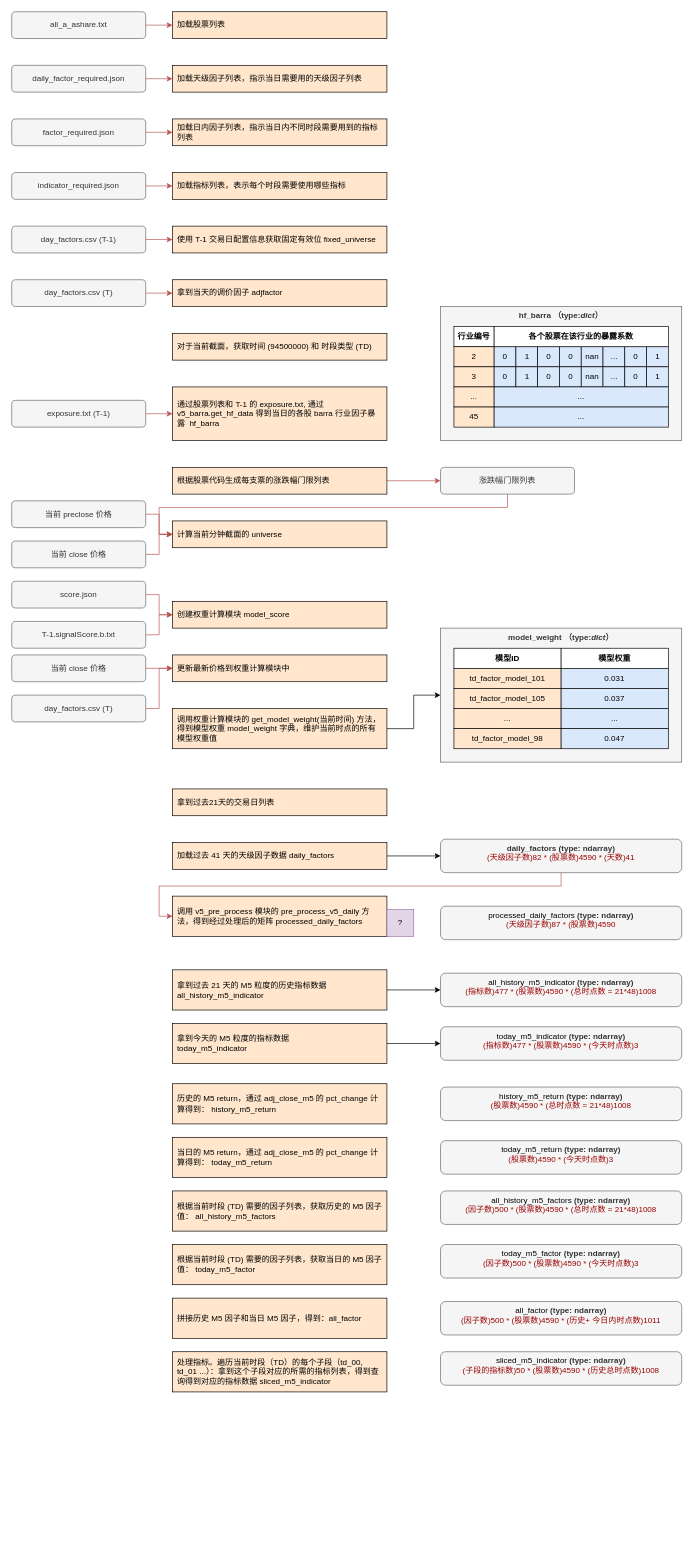
Earlier version of the draw.io diagram page "代码流程走读" (1 of 2) of gaalaxy.drawio (zhaxd123/drawio). Source tidied: cells renumbered, new cells numbered last; positions are measured from the earlier drawing's top-left corner, leaving out a move shared by most shapes. Both pictures are drawn from the tidied source at 67%, with x=0, y=0 at pixel (11, 11).
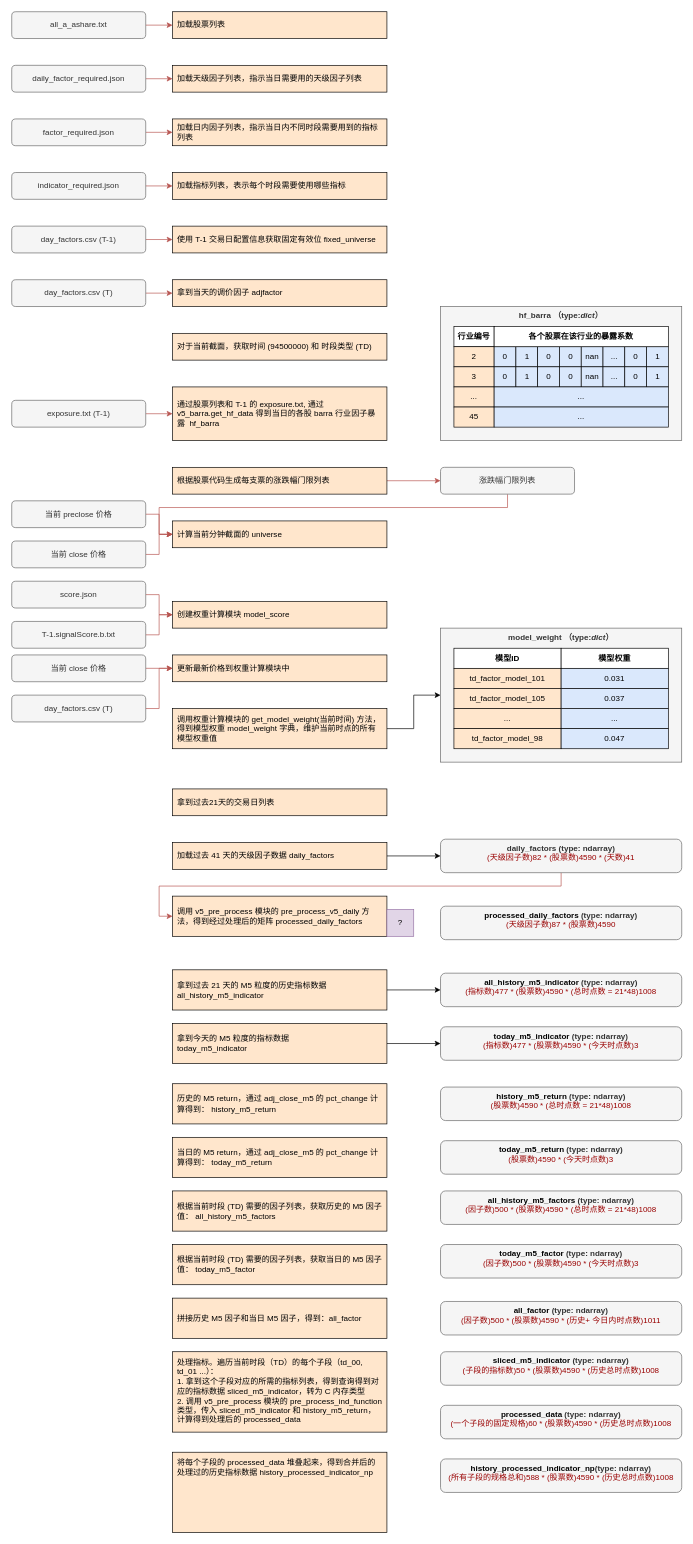
After the change.

Change to the diagram source:
```diff
@@
-    <mxCell id="90" value="&lt;span style=&quot;color: rgb(0, 0, 0); text-align: left;&quot;&gt;processed_daily_factors&amp;nbsp;&lt;/span&gt;&lt;span style=&quot;text-align: left;&quot;&gt;&lt;b&gt;(type: ndarray)&lt;/b&gt;&lt;/span&gt;&lt;div&gt;&lt;span style=&quot;text-align: left;&quot;&gt;&lt;font style=&quot;color: rgb(153, 0, 0);&quot;&gt;(天级因子数)87 * (股票数)4590&lt;/font&gt;&lt;/span&gt;&lt;/div&gt;" style="rounded=1;whiteSpace=wrap;html=1;verticalAlign=top;fillColor=#f5f5f5;fontColor=#333333;strokeColor=#666666;" parent="1" vertex="1">
+    <mxCell id="90" value="&lt;b&gt;&lt;span style=&quot;color: rgb(0, 0, 0); text-align: left;&quot;&gt;processed_daily_factors&amp;nbsp;&lt;/span&gt;&lt;span style=&quot;text-align: left;&quot;&gt;(type: ndarray)&lt;/span&gt;&lt;/b&gt;&lt;div&gt;&lt;span style=&quot;text-align: left;&quot;&gt;&lt;font style=&quot;color: rgb(153, 0, 0);&quot;&gt;(天级因子数)87 * (股票数)4590&lt;/font&gt;&lt;/span&gt;&lt;/div&gt;" style="rounded=1;whiteSpace=wrap;html=1;verticalAlign=top;fillColor=#f5f5f5;fontColor=#333333;strokeColor=#666666;" parent="1" vertex="1">
       <mxGeometry x="640" y="1335" width="360" height="50" as="geometry" />
     </mxCell>
@@
-    <mxCell id="93" value="&lt;span style=&quot;color: rgb(0, 0, 0); text-align: left;&quot;&gt;all_history_m5_indicator&amp;nbsp;&lt;/span&gt;&lt;span style=&quot;text-align: left;&quot;&gt;&lt;b&gt;(type: ndarray)&lt;/b&gt;&lt;/span&gt;&lt;div&gt;&lt;span style=&quot;text-align: left;&quot;&gt;&lt;font style=&quot;color: rgb(153, 0, 0);&quot;&gt;(指标数)477 * (股票数)4590 * (总时点数 = 21*48)1008&lt;/font&gt;&lt;/span&gt;&lt;/div&gt;" style="rounded=1;whiteSpace=wrap;html=1;verticalAlign=top;fillColor=#f5f5f5;fontColor=#333333;strokeColor=#666666;" parent="1" vertex="1">
+    <mxCell id="93" value="&lt;b&gt;&lt;span style=&quot;color: rgb(0, 0, 0); text-align: left;&quot;&gt;all_history_m5_indicator&amp;nbsp;&lt;/span&gt;&lt;span style=&quot;text-align: left;&quot;&gt;(type: ndarray)&lt;/span&gt;&lt;/b&gt;&lt;div&gt;&lt;span style=&quot;text-align: left;&quot;&gt;&lt;font style=&quot;color: rgb(153, 0, 0);&quot;&gt;(指标数)477 * (股票数)4590 * (总时点数 = 21*48)1008&lt;/font&gt;&lt;/span&gt;&lt;/div&gt;" style="rounded=1;whiteSpace=wrap;html=1;verticalAlign=top;fillColor=#f5f5f5;fontColor=#333333;strokeColor=#666666;" parent="1" vertex="1">
       <mxGeometry x="640" y="1435" width="360" height="50" as="geometry" />
     </mxCell>
@@
-    <mxCell id="96" value="&lt;span style=&quot;color: rgb(0, 0, 0); text-align: left;&quot;&gt;today_m5_indicator&amp;nbsp;&lt;/span&gt;&lt;span style=&quot;text-align: left;&quot;&gt;&lt;b&gt;(type: ndarray)&lt;/b&gt;&lt;/span&gt;&lt;div&gt;&lt;span style=&quot;text-align: left;&quot;&gt;&lt;font style=&quot;color: rgb(153, 0, 0);&quot;&gt;(指标数)477 * (股票数)4590 * (今天时点数)3&lt;/font&gt;&lt;/span&gt;&lt;/div&gt;" style="rounded=1;whiteSpace=wrap;html=1;verticalAlign=top;fillColor=#f5f5f5;fontColor=#333333;strokeColor=#666666;" parent="1" vertex="1">
+    <mxCell id="96" value="&lt;b&gt;&lt;span style=&quot;color: rgb(0, 0, 0); text-align: left;&quot;&gt;today_m5_indicator&amp;nbsp;&lt;/span&gt;&lt;span style=&quot;text-align: left;&quot;&gt;(type: ndarray)&lt;/span&gt;&lt;/b&gt;&lt;div&gt;&lt;span style=&quot;text-align: left;&quot;&gt;&lt;font style=&quot;color: rgb(153, 0, 0);&quot;&gt;(指标数)477 * (股票数)4590 * (今天时点数)3&lt;/font&gt;&lt;/span&gt;&lt;/div&gt;" style="rounded=1;whiteSpace=wrap;html=1;verticalAlign=top;fillColor=#f5f5f5;fontColor=#333333;strokeColor=#666666;" parent="1" vertex="1">
       <mxGeometry x="640" y="1515" width="360" height="50" as="geometry" />
     </mxCell>
@@
-    <mxCell id="98" value="&lt;span style=&quot;color: rgb(0, 0, 0); text-align: left;&quot;&gt;history_m5_return&amp;nbsp;&lt;/span&gt;&lt;span style=&quot;text-align: left;&quot;&gt;&lt;b&gt;(type: ndarray)&lt;/b&gt;&lt;/span&gt;&lt;div&gt;&lt;span style=&quot;text-align: left;&quot;&gt;&lt;font style=&quot;color: rgb(153, 0, 0);&quot;&gt;(股票数)4590 * (总时点数 = 21*48)1008&lt;/font&gt;&lt;/span&gt;&lt;/div&gt;" style="rounded=1;whiteSpace=wrap;html=1;verticalAlign=top;fillColor=#f5f5f5;fontColor=#333333;strokeColor=#666666;" parent="1" vertex="1">
+    <mxCell id="98" value="&lt;b&gt;&lt;span style=&quot;color: rgb(0, 0, 0); text-align: left;&quot;&gt;history_m5_return&amp;nbsp;&lt;/span&gt;&lt;span style=&quot;text-align: left;&quot;&gt;(type: ndarray)&lt;/span&gt;&lt;/b&gt;&lt;div&gt;&lt;span style=&quot;text-align: left;&quot;&gt;&lt;font style=&quot;color: rgb(153, 0, 0);&quot;&gt;(股票数)4590 * (总时点数 = 21*48)1008&lt;/font&gt;&lt;/span&gt;&lt;/div&gt;" style="rounded=1;whiteSpace=wrap;html=1;verticalAlign=top;fillColor=#f5f5f5;fontColor=#333333;strokeColor=#666666;" parent="1" vertex="1">
       <mxGeometry x="640" y="1605" width="360" height="50" as="geometry" />
     </mxCell>
@@
-    <mxCell id="100" value="&lt;span style=&quot;color: rgb(0, 0, 0); text-align: left;&quot;&gt;today_m5_return&amp;nbsp;&lt;/span&gt;&lt;span style=&quot;text-align: left;&quot;&gt;&lt;b&gt;(type: ndarray)&lt;/b&gt;&lt;/span&gt;&lt;div&gt;&lt;span style=&quot;text-align: left;&quot;&gt;&lt;font style=&quot;color: rgb(153, 0, 0);&quot;&gt;(股票数)4590 * (今天时点数)3&lt;/font&gt;&lt;/span&gt;&lt;/div&gt;" style="rounded=1;whiteSpace=wrap;html=1;verticalAlign=top;fillColor=#f5f5f5;fontColor=#333333;strokeColor=#666666;" parent="1" vertex="1">
+    <mxCell id="100" value="&lt;b&gt;&lt;span style=&quot;color: rgb(0, 0, 0); text-align: left;&quot;&gt;today_m5_return&amp;nbsp;&lt;/span&gt;&lt;span style=&quot;text-align: left;&quot;&gt;(type: ndarray)&lt;/span&gt;&lt;/b&gt;&lt;div&gt;&lt;span style=&quot;text-align: left;&quot;&gt;&lt;font style=&quot;color: rgb(153, 0, 0);&quot;&gt;(股票数)4590 * (今天时点数)3&lt;/font&gt;&lt;/span&gt;&lt;/div&gt;" style="rounded=1;whiteSpace=wrap;html=1;verticalAlign=top;fillColor=#f5f5f5;fontColor=#333333;strokeColor=#666666;" parent="1" vertex="1">
       <mxGeometry x="640" y="1685" width="360" height="50" as="geometry" />
     </mxCell>
@@
-    <mxCell id="102" value="&lt;span style=&quot;color: rgb(0, 0, 0); text-align: left;&quot;&gt;all_history_m5_factors&amp;nbsp;&lt;/span&gt;&lt;span style=&quot;text-align: left;&quot;&gt;&lt;b&gt;(type: ndarray)&lt;/b&gt;&lt;/span&gt;&lt;div&gt;&lt;span style=&quot;text-align: left;&quot;&gt;&lt;font style=&quot;color: rgb(153, 0, 0);&quot;&gt;(因子数)500 * (股票数)4590 *&amp;nbsp;&lt;/font&gt;&lt;/span&gt;&lt;span style=&quot;color: rgb(153, 0, 0); text-align: left; background-color: transparent;&quot;&gt;(总时点数 = 21*48)1008&lt;/span&gt;&lt;/div&gt;" style="rounded=1;whiteSpace=wrap;html=1;verticalAlign=top;fillColor=#f5f5f5;fontColor=#333333;strokeColor=#666666;" parent="1" vertex="1">
+    <mxCell id="102" value="&lt;b&gt;&lt;span style=&quot;color: rgb(0, 0, 0); text-align: left;&quot;&gt;all_history_m5_factors&amp;nbsp;&lt;/span&gt;&lt;span style=&quot;text-align: left;&quot;&gt;(type: ndarray)&lt;/span&gt;&lt;/b&gt;&lt;div&gt;&lt;span style=&quot;text-align: left;&quot;&gt;&lt;font style=&quot;color: rgb(153, 0, 0);&quot;&gt;(因子数)500 * (股票数)4590 *&amp;nbsp;&lt;/font&gt;&lt;/span&gt;&lt;span style=&quot;color: rgb(153, 0, 0); text-align: left; background-color: transparent;&quot;&gt;(总时点数 = 21*48)1008&lt;/span&gt;&lt;/div&gt;" style="rounded=1;whiteSpace=wrap;html=1;verticalAlign=top;fillColor=#f5f5f5;fontColor=#333333;strokeColor=#666666;" parent="1" vertex="1">
       <mxGeometry x="640" y="1760" width="360" height="50" as="geometry" />
     </mxCell>
@@
-    <mxCell id="104" value="&lt;span style=&quot;color: rgb(0, 0, 0); text-align: left;&quot;&gt;today_m5_factor&amp;nbsp;&lt;/span&gt;&lt;span style=&quot;text-align: left;&quot;&gt;&lt;b&gt;(type: ndarray)&lt;/b&gt;&lt;/span&gt;&lt;div&gt;&lt;span style=&quot;text-align: left;&quot;&gt;&lt;font style=&quot;color: rgb(153, 0, 0);&quot;&gt;(因子数)500 * (股票数)4590 *&amp;nbsp;&lt;/font&gt;&lt;/span&gt;&lt;span style=&quot;color: rgb(153, 0, 0); text-align: left; background-color: transparent;&quot;&gt;(今天时点数)3&lt;/span&gt;&lt;/div&gt;" style="rounded=1;whiteSpace=wrap;html=1;verticalAlign=top;fillColor=#f5f5f5;fontColor=#333333;strokeColor=#666666;" parent="1" vertex="1">
+    <mxCell id="104" value="&lt;b&gt;&lt;span style=&quot;color: rgb(0, 0, 0); text-align: left;&quot;&gt;today_m5_factor&amp;nbsp;&lt;/span&gt;&lt;span style=&quot;text-align: left;&quot;&gt;(type: ndarray)&lt;/span&gt;&lt;/b&gt;&lt;div&gt;&lt;span style=&quot;text-align: left;&quot;&gt;&lt;font style=&quot;color: rgb(153, 0, 0);&quot;&gt;(因子数)500 * (股票数)4590 *&amp;nbsp;&lt;/font&gt;&lt;/span&gt;&lt;span style=&quot;color: rgb(153, 0, 0); text-align: left; background-color: transparent;&quot;&gt;(今天时点数)3&lt;/span&gt;&lt;/div&gt;" style="rounded=1;whiteSpace=wrap;html=1;verticalAlign=top;fillColor=#f5f5f5;fontColor=#333333;strokeColor=#666666;" parent="1" vertex="1">
       <mxGeometry x="640" y="1840" width="360" height="50" as="geometry" />
     </mxCell>
@@
-    <mxCell id="106" value="&lt;span style=&quot;color: rgb(0, 0, 0); text-align: left;&quot;&gt;all_factor&amp;nbsp;&lt;/span&gt;&lt;span style=&quot;text-align: left;&quot;&gt;&lt;b&gt;(type: ndarray)&lt;/b&gt;&lt;/span&gt;&lt;div&gt;&lt;span style=&quot;text-align: left;&quot;&gt;&lt;font style=&quot;color: rgb(153, 0, 0);&quot;&gt;(因子数)500 * (股票数)4590 *&amp;nbsp;&lt;/font&gt;&lt;/span&gt;&lt;span style=&quot;color: rgb(153, 0, 0); text-align: left; background-color: transparent;&quot;&gt;(历史+ 今日内时点数)1011&lt;/span&gt;&lt;/div&gt;" style="rounded=1;whiteSpace=wrap;html=1;verticalAlign=top;fillColor=#f5f5f5;fontColor=#333333;strokeColor=#666666;" parent="1" vertex="1">
+    <mxCell id="106" value="&lt;b&gt;&lt;span style=&quot;color: rgb(0, 0, 0); text-align: left;&quot;&gt;all_factor&amp;nbsp;&lt;/span&gt;&lt;span style=&quot;text-align: left;&quot;&gt;(type: ndarray)&lt;/span&gt;&lt;/b&gt;&lt;div&gt;&lt;span style=&quot;text-align: left;&quot;&gt;&lt;font style=&quot;color: rgb(153, 0, 0);&quot;&gt;(因子数)500 * (股票数)4590 *&amp;nbsp;&lt;/font&gt;&lt;/span&gt;&lt;span style=&quot;color: rgb(153, 0, 0); text-align: left; background-color: transparent;&quot;&gt;(历史+ 今日内时点数)1011&lt;/span&gt;&lt;/div&gt;" style="rounded=1;whiteSpace=wrap;html=1;verticalAlign=top;fillColor=#f5f5f5;fontColor=#333333;strokeColor=#666666;" parent="1" vertex="1">
       <mxGeometry x="640" y="1925" width="360" height="50" as="geometry" />
     </mxCell>
-    <mxCell id="107" value="处理指标。遍历当前时段（TD）的每个子段（td_00, td_01 ...）：&lt;span style=&quot;background-color: transparent; color: light-dark(rgb(0, 0, 0), rgb(255, 255, 255));&quot;&gt;拿到这个子段对应的所需的指标列表，得到查询得到对应的指标数据 sliced_m5_indicator&lt;/span&gt;" style="rounded=0;whiteSpace=wrap;html=1;align=left;spacingLeft=5;spacingRight=5;spacingTop=2;spacingBottom=2;fillColor=#ffe6cc;strokeColor=#000000;" parent="1" vertex="1">
-      <mxGeometry x="240" y="2000" width="320" height="60" as="geometry" />
+    <mxCell id="107" value="处理指标。遍历当前时段（TD）的每个子段（td_00, td_01 ...）：&lt;div&gt;&lt;span style=&quot;background-color: transparent; color: light-dark(rgb(0, 0, 0), rgb(255, 255, 255));&quot;&gt;1. 拿到这个子段对应的所需的指标列表，得到查询得到对应的指标数据 sliced_m5_indicator，转为 C 内存类型&lt;/span&gt;&lt;/div&gt;&lt;div&gt;&lt;span style=&quot;background-color: transparent; color: light-dark(rgb(0, 0, 0), rgb(255, 255, 255));&quot;&gt;2. 调用 v5_pre_process 模块的 pre_process_ind_function 类型，传入&amp;nbsp;&lt;/span&gt;&lt;span style=&quot;background-color: transparent; color: light-dark(rgb(0, 0, 0), rgb(255, 255, 255));&quot;&gt;sliced_m5_indicator 和&amp;nbsp;&lt;/span&gt;&lt;span style=&quot;background-color: transparent; color: light-dark(rgb(0, 0, 0), rgb(255, 255, 255));&quot;&gt;history_m5_return，计算得到处理后的 processed_data&lt;/span&gt;&lt;/div&gt;&lt;div&gt;&lt;br&gt;&lt;/div&gt;" style="rounded=0;whiteSpace=wrap;html=1;align=left;spacingLeft=5;spacingRight=5;spacingTop=2;spacingBottom=2;fillColor=#ffe6cc;strokeColor=#000000;verticalAlign=top;" parent="1" vertex="1">
+      <mxGeometry x="240" y="2000" width="320" height="120" as="geometry" />
     </mxCell>
-    <mxCell id="108" value="&lt;span style=&quot;color: rgb(0, 0, 0); text-align: left;&quot;&gt;sliced_m5_indicator&amp;nbsp;&lt;/span&gt;&lt;span style=&quot;text-align: left;&quot;&gt;&lt;b&gt;(type: ndarray)&lt;/b&gt;&lt;/span&gt;&lt;div&gt;&lt;span style=&quot;text-align: left;&quot;&gt;&lt;font style=&quot;color: rgb(153, 0, 0);&quot;&gt;(子段的指标数)50 * (股票数)4590 *&amp;nbsp;&lt;/font&gt;&lt;/span&gt;&lt;span style=&quot;color: rgb(153, 0, 0); text-align: left; background-color: transparent;&quot;&gt;(历史总时点数)1008&lt;/span&gt;&lt;/div&gt;" style="rounded=1;whiteSpace=wrap;html=1;verticalAlign=top;fillColor=#f5f5f5;fontColor=#333333;strokeColor=#666666;" parent="1" vertex="1">
+    <mxCell id="108" value="&lt;b&gt;&lt;span style=&quot;color: rgb(0, 0, 0); text-align: left;&quot;&gt;sliced_m5_indicator&amp;nbsp;&lt;/span&gt;&lt;span style=&quot;text-align: left;&quot;&gt;(type: ndarray)&lt;/span&gt;&lt;/b&gt;&lt;div&gt;&lt;span style=&quot;text-align: left;&quot;&gt;&lt;font style=&quot;color: rgb(153, 0, 0);&quot;&gt;(子段的指标数)50 * (股票数)4590 *&amp;nbsp;&lt;/font&gt;&lt;/span&gt;&lt;span style=&quot;color: rgb(153, 0, 0); text-align: left; background-color: transparent;&quot;&gt;(历史总时点数)1008&lt;/span&gt;&lt;/div&gt;" style="rounded=1;whiteSpace=wrap;html=1;verticalAlign=top;fillColor=#f5f5f5;fontColor=#333333;strokeColor=#666666;" parent="1" vertex="1">
       <mxGeometry x="640" y="2000" width="360" height="50" as="geometry" />
     </mxCell>
+    <mxCell id="109" value="&lt;span style=&quot;color: rgb(0, 0, 0); text-align: left;&quot;&gt;&lt;b&gt;processed_data&amp;nbsp;&lt;/b&gt;&lt;/span&gt;&lt;b&gt;&lt;span style=&quot;text-align: left;&quot;&gt;(type: ndarray)&lt;/span&gt;&lt;/b&gt;&lt;div&gt;&lt;span style=&quot;text-align: left;&quot;&gt;&lt;font style=&quot;color: rgb(153, 0, 0);&quot;&gt;(一个子段的固定规格)60 * (股票数)4590 *&amp;nbsp;&lt;/font&gt;&lt;/span&gt;&lt;span style=&quot;color: rgb(153, 0, 0); text-align: left; background-color: transparent;&quot;&gt;(历史总时点数)1008&lt;/span&gt;&lt;/div&gt;" style="rounded=1;whiteSpace=wrap;html=1;verticalAlign=top;fillColor=#f5f5f5;fontColor=#333333;strokeColor=#666666;" parent="1" vertex="1">
+      <mxGeometry x="640" y="2080" width="360" height="50" as="geometry" />
+    </mxCell>
+    <mxCell id="110" value="&lt;span style=&quot;color: rgb(0, 0, 0); text-align: left;&quot;&gt;&lt;b&gt;history_processed_indicator_np&lt;/b&gt;&lt;/span&gt;&lt;b&gt;&lt;span style=&quot;text-align: left;&quot;&gt;(type: ndarray)&lt;/span&gt;&lt;/b&gt;&lt;div&gt;&lt;span style=&quot;text-align: left;&quot;&gt;&lt;font style=&quot;color: rgb(153, 0, 0);&quot;&gt;(所有子段的规格总和)588 * (股票数)4590 *&amp;nbsp;&lt;/font&gt;&lt;/span&gt;&lt;span style=&quot;color: rgb(153, 0, 0); text-align: left; background-color: transparent;&quot;&gt;(历史总时点数)1008&lt;/span&gt;&lt;/div&gt;" style="rounded=1;whiteSpace=wrap;html=1;verticalAlign=top;fillColor=#f5f5f5;fontColor=#333333;strokeColor=#666666;" parent="1" vertex="1">
+      <mxGeometry x="640" y="2160" width="360" height="50" as="geometry" />
+    </mxCell>
+    <mxCell id="111" value="将每个子段的 processed_data&lt;b&gt;&amp;nbsp;&lt;/b&gt;堆叠起来，得到合并后的处理过的历史指标数据 history_processed_indicator_np" style="rounded=0;whiteSpace=wrap;html=1;align=left;spacingLeft=5;spacingRight=5;spacingTop=2;spacingBottom=2;fillColor=#ffe6cc;strokeColor=#000000;verticalAlign=top;" parent="1" vertex="1">
+      <mxGeometry x="240" y="2150" width="320" height="120" as="geometry" />
+    </mxCell>
```
